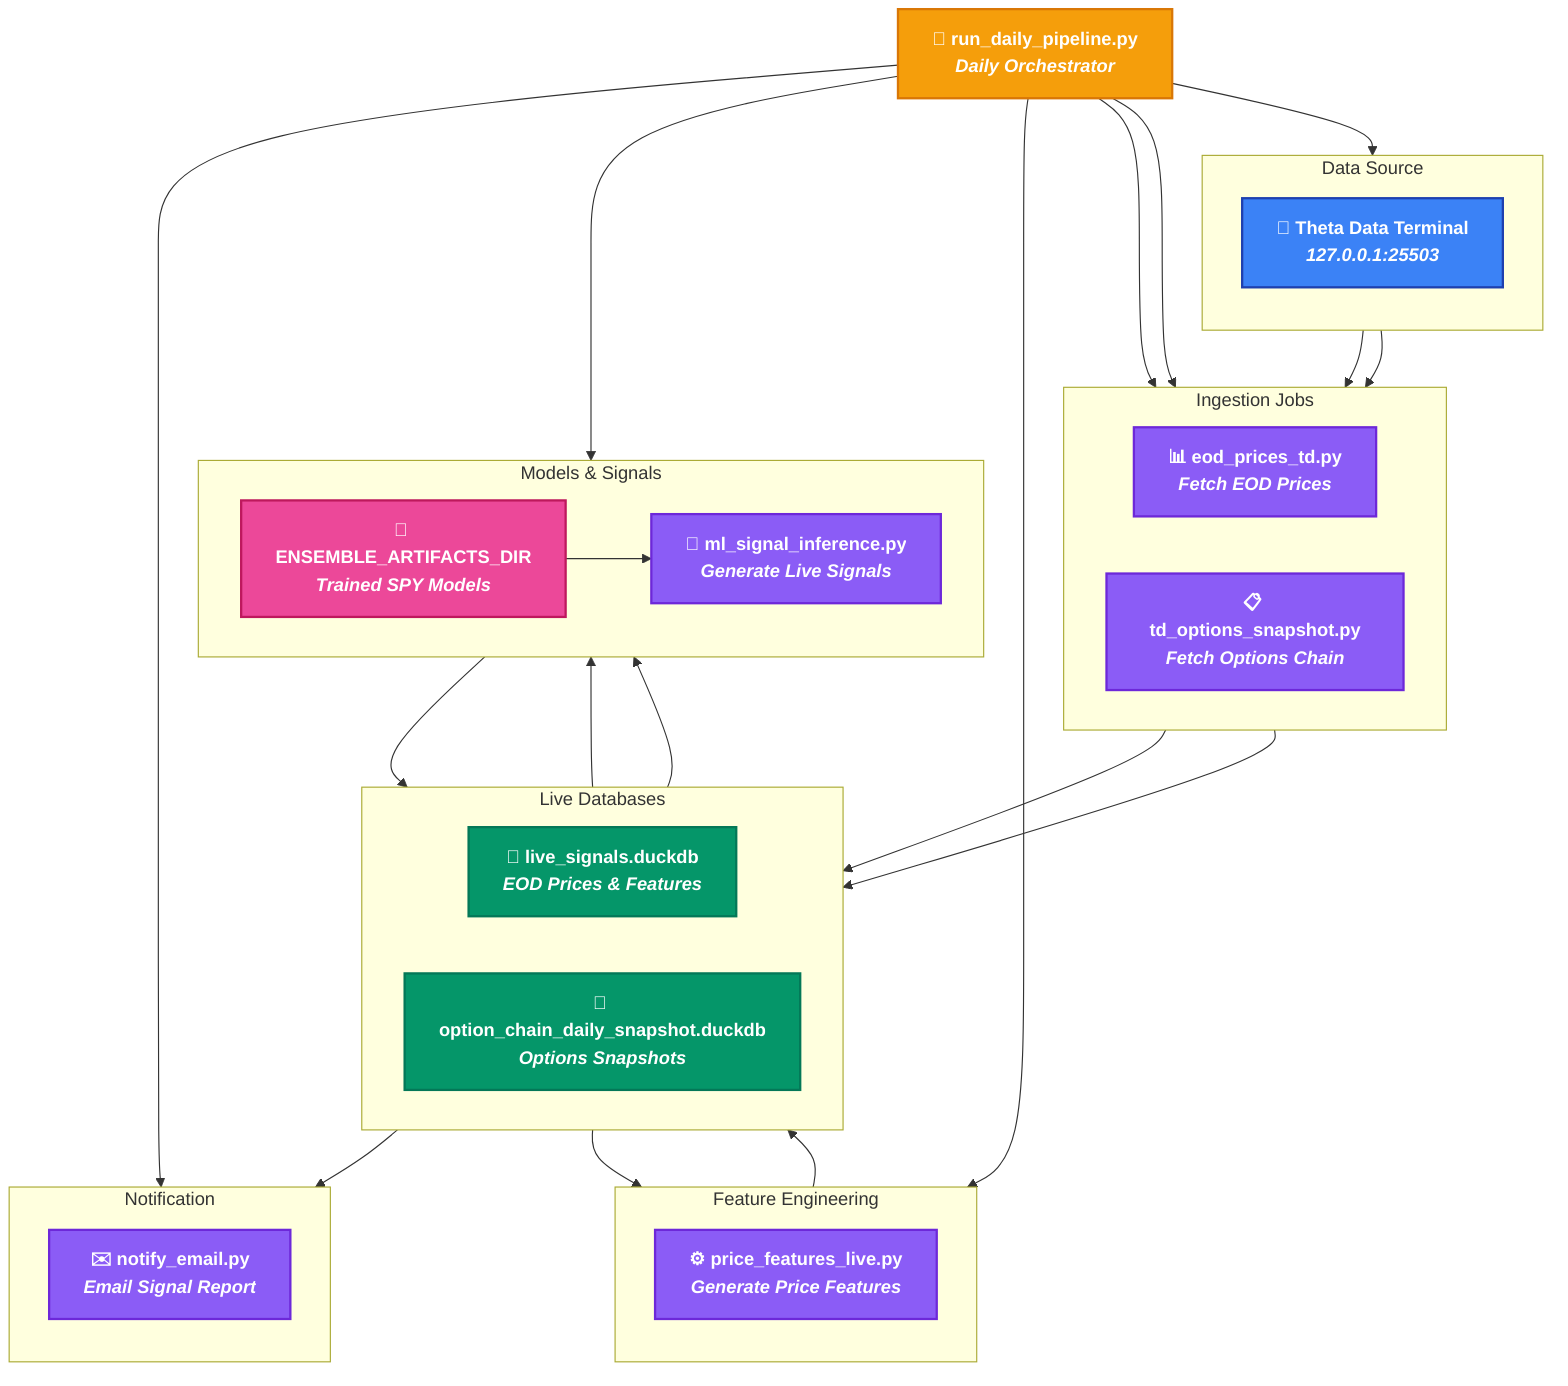
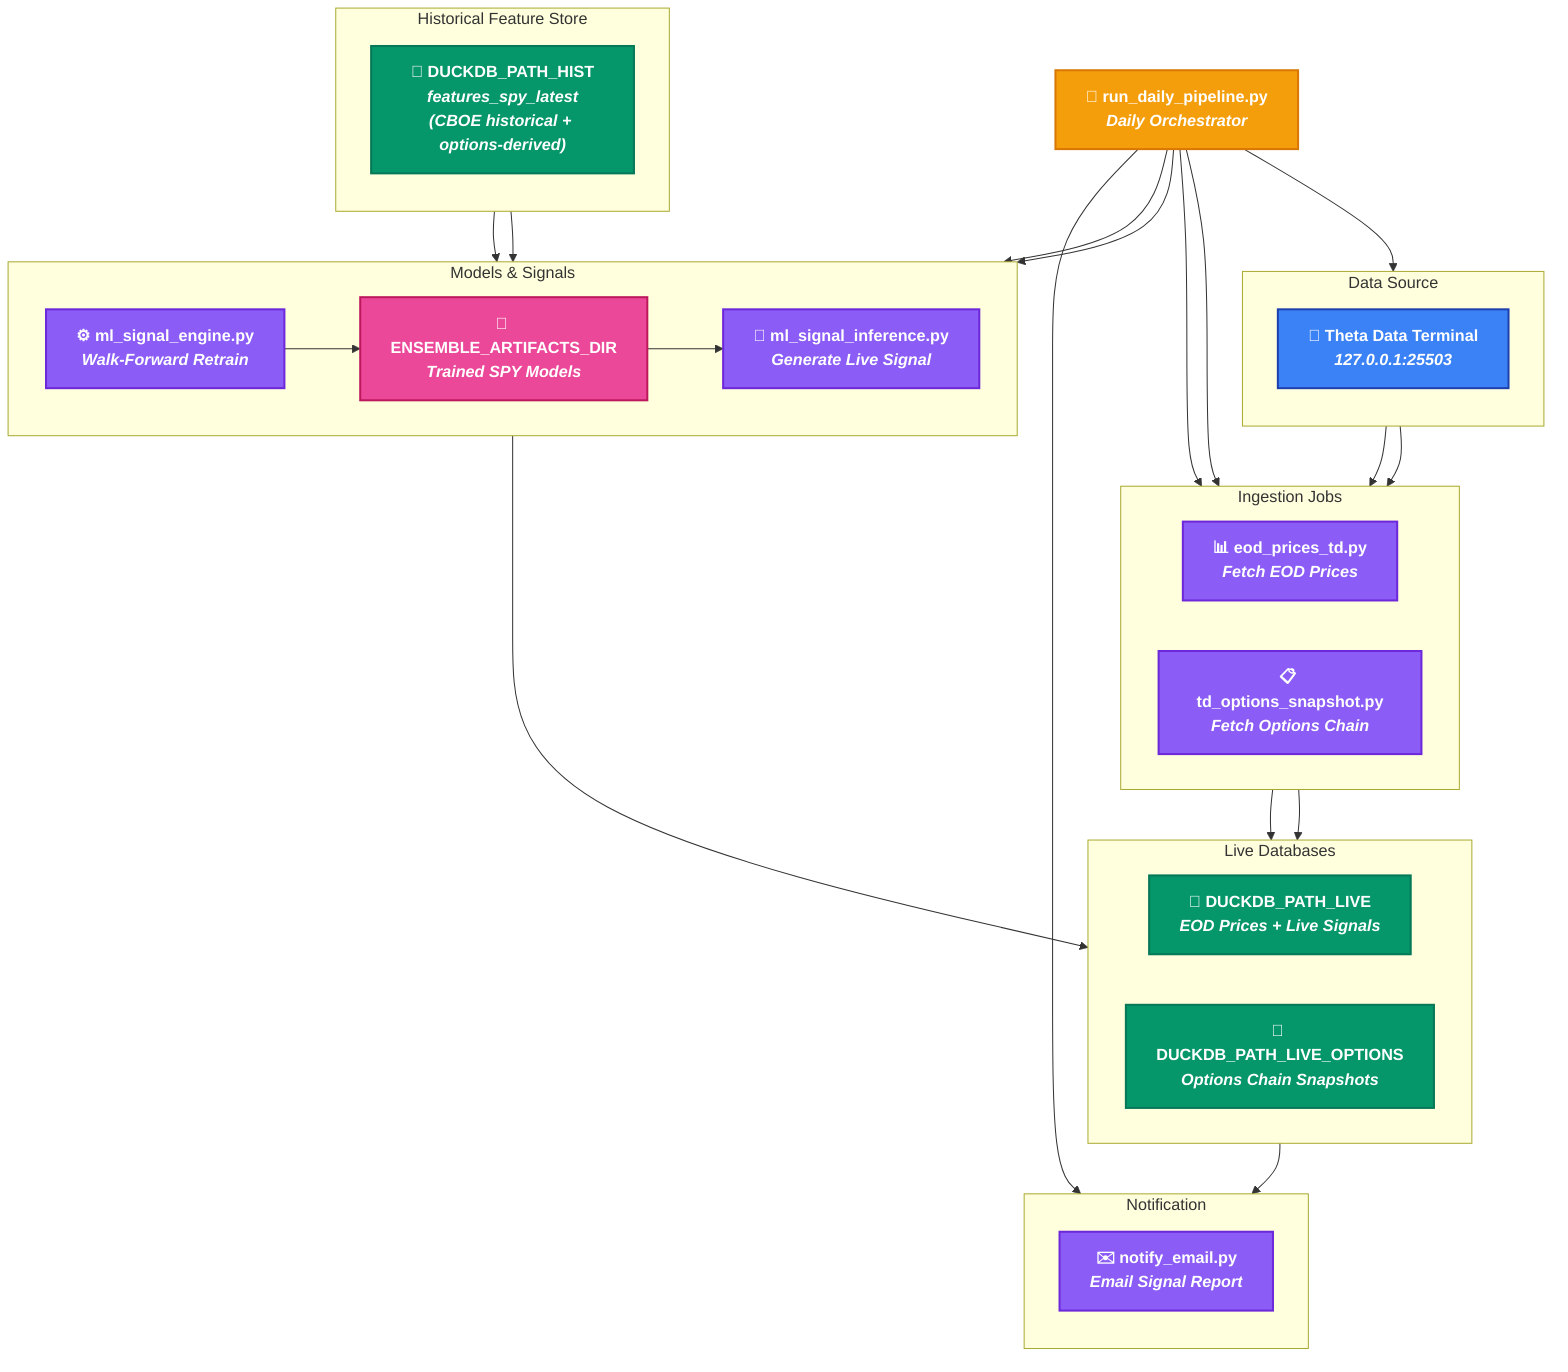
flowchart TB
  %% STYLES
  classDef source    fill:#3b82f6,stroke:#1e40af,stroke-width:2,color:#ffffff,font-weight:bold;
  classDef db        fill:#059669,stroke:#047857,stroke-width:2,color:#ffffff,font-weight:bold;
  classDef service   fill:#8b5cf6,stroke:#6d28d9,stroke-width:2,color:#ffffff,font-weight:bold;
  classDef model     fill:#ec4899,stroke:#be185d,stroke-width:2,color:#ffffff,font-weight:bold;
  classDef orch      fill:#f59e0b,stroke:#d97706,stroke-width:2,color:#ffffff,font-weight:bold;

  %% ROW 1 — ORCHESTRATION
  ORCH["🎯 run_daily_pipeline.py<br/><i>Daily Orchestrator</i>"]:::orch

  %% ROW 2 — LIVE SOURCE
  subgraph L1["Data Source"]
    direction TB
    SRC["📡 Theta Data Terminal<br/><i>127.0.0.1:25503</i>"]:::source
  end

  %% ROW 3 — INGESTION
  subgraph L2["Ingestion Jobs"]
    direction LR
    EOD["📊 eod_prices_td.py<br/><i>Fetch EOD Prices</i>"]:::service
    SNAP["📋 td_options_snapshot.py<br/><i>Fetch Options Chain</i>"]:::service
  end

  %% ROW 4 — STORAGE
  subgraph L3["Live Databases"]
    direction LR
-     DB_MAIN["💾 live_signals.duckdb<br/><i>EOD Prices & Features</i>"]:::db
-     DB_OPT["💾 option_chain_daily_snapshot.duckdb<br/><i>Options Snapshots</i>"]:::db
+     DB_LIVE["💾 DUCKDB_PATH_LIVE<br/><i>EOD Prices + Live Signals</i>"]:::db
+     DB_OPT["💾 DUCKDB_PATH_LIVE_OPTIONS<br/><i>Options Chain Snapshots</i>"]:::db
  end

-   %% ROW 5 — FEATURES
-   subgraph L4["Feature Engineering"]
+   %% ROW 5 — HISTORICAL FEATURES (pre-built from CBOE data via notebooks)
+   subgraph L4["Historical Feature Store"]
    direction TB
-     FEAT["⚙️ price_features_live.py<br/><i>Generate Price Features</i>"]:::service
+     DB_HIST["💾 DUCKDB_PATH_HIST<br/><i>features_spy_latest<br/>(CBOE historical + options-derived)</i>"]:::db
  end

-   %% ROW 6 — MODELS & SIGNALS
+   %% ROW 6 — TRAINING & INFERENCE
  subgraph L5["Models & Signals"]
    direction LR
+     TRAIN["⚙️ ml_signal_engine.py<br/><i>Walk-Forward Retrain</i>"]:::service
    ENS["🤖 ENSEMBLE_ARTIFACTS_DIR<br/><i>Trained SPY Models</i>"]:::model
-     INF["🔮 ml_signal_inference.py<br/><i>Generate Live Signals</i>"]:::service
+     INF["🔮 ml_signal_inference.py<br/><i>Generate Live Signal</i>"]:::service
  end

  %% ROW 7 — NOTIFICATION
  subgraph L6["Notification"]
    direction TB
    EMAIL["✉️ notify_email.py<br/><i>Email Signal Report</i>"]:::service
  end

-   %% SEQUENTIAL FLOW (TOP → BOTTOM)
+   %% SEQUENTIAL FLOW (TOP -> BOTTOM)

-   %% Orchestrator triggers all jobs in order
+   %% Orchestrator triggers pipeline steps in order
  ORCH --> SRC
  ORCH --> EOD
  ORCH --> SNAP
-   ORCH --> FEAT
+   ORCH --> TRAIN
  ORCH --> INF
  ORCH --> EMAIL

-   %% Source → Ingestion
+   %% Source -> Ingestion
  SRC --> EOD
  SRC --> SNAP

-   %% Ingestion → Databases
-   EOD --> DB_MAIN
+   %% Ingestion -> Live Databases
+   EOD --> DB_LIVE
  SNAP --> DB_OPT

-   %% DB_MAIN → Features → DB_MAIN
-   DB_MAIN --> FEAT --> DB_MAIN
+   %% Historical features -> Training and Inference
+   DB_HIST --> TRAIN
+   DB_HIST --> INF

-   %% Databases + Models → Inference
-   DB_MAIN --> INF
-   DB_OPT --> INF
+   %% Training -> Ensemble Artifacts -> Inference
+   TRAIN --> ENS
  ENS --> INF

-   %% Inference writes signals back
-   INF --> DB_MAIN
+   %% Inference writes signal back to live DB
+   INF --> DB_LIVE

-   %% Signals → Email
-   DB_MAIN --> EMAIL
+   %% Live signals -> Email
+   DB_LIVE --> EMAIL
